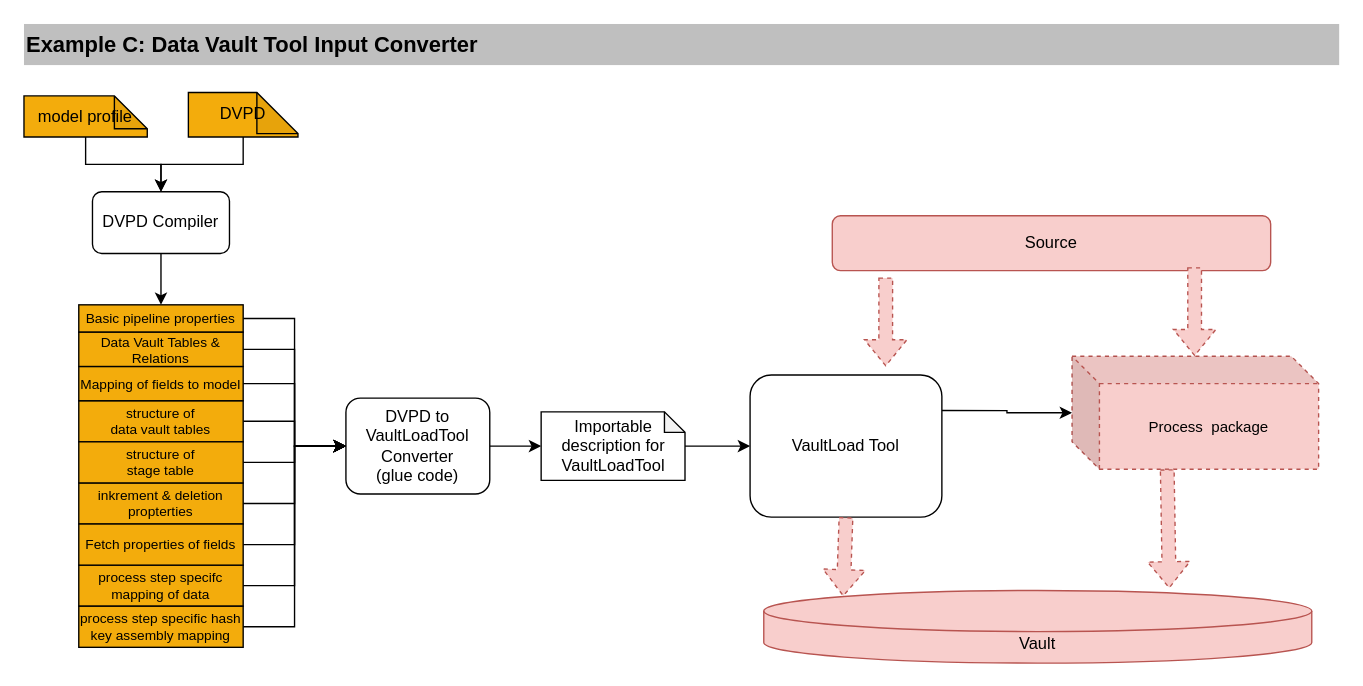
Earlier version of the draw.io diagram documentation/images/dvdp_based_processing_example_workflow_c.drawio (cimt-ag/data_vault_pipelinedescription). Source tidied: cells renumbered, new cells numbered last; positions are measured from the earlier drawing's top-left corner, leaving out a move shared by most shapes. Both pictures are drawn from the tidied source at 137%, with x=0, y=0 at pixel (23, 23).
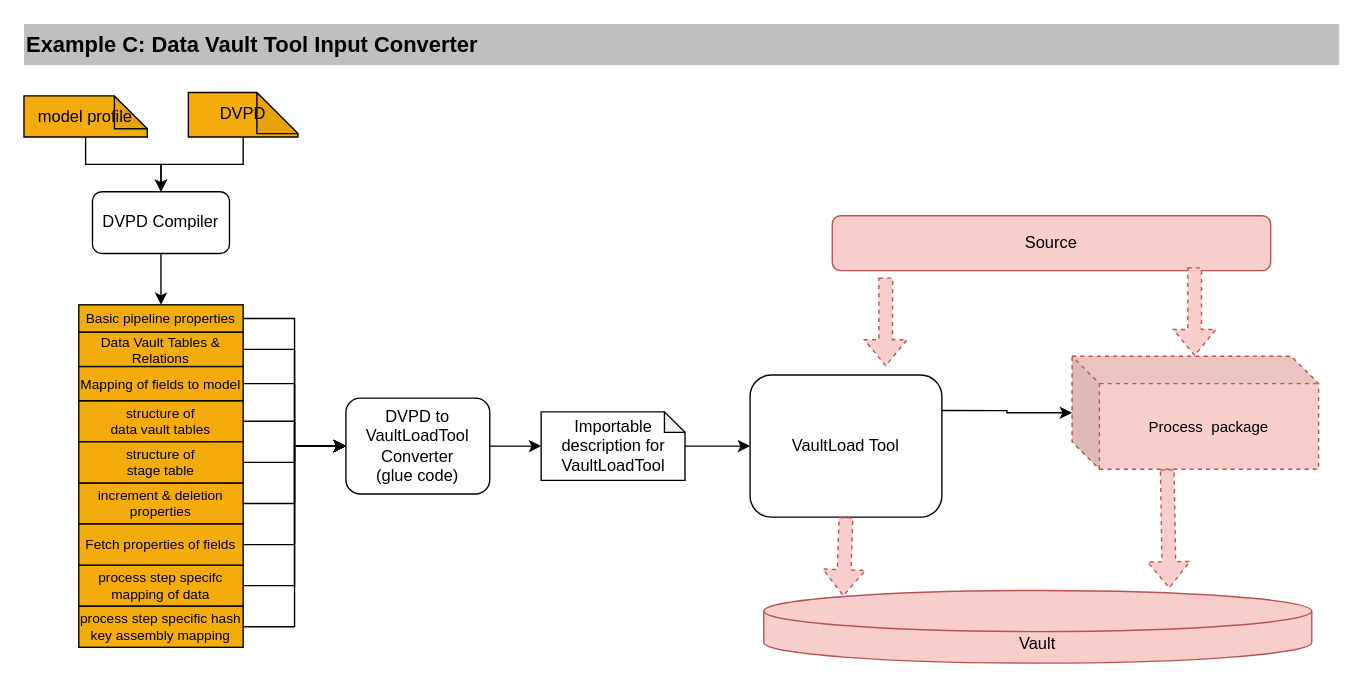
The same page after the edit.

What changed in the source:
```diff
@@
-    <mxCell id="10" value="inkrement &amp;amp; deletion propterties" style="rounded=0;whiteSpace=wrap;html=1;fillColor=#F3AC0C;gradientColor=none;fontSize=10;" parent="1" vertex="1">
+    <mxCell id="10" value="increment &amp;amp; deletion properties" style="rounded=0;whiteSpace=wrap;html=1;fillColor=#F3AC0C;gradientColor=none;fontSize=10;" parent="1" vertex="1">
       <mxGeometry x="40" y="335" width="120" height="30" as="geometry" />
     </mxCell>
```
